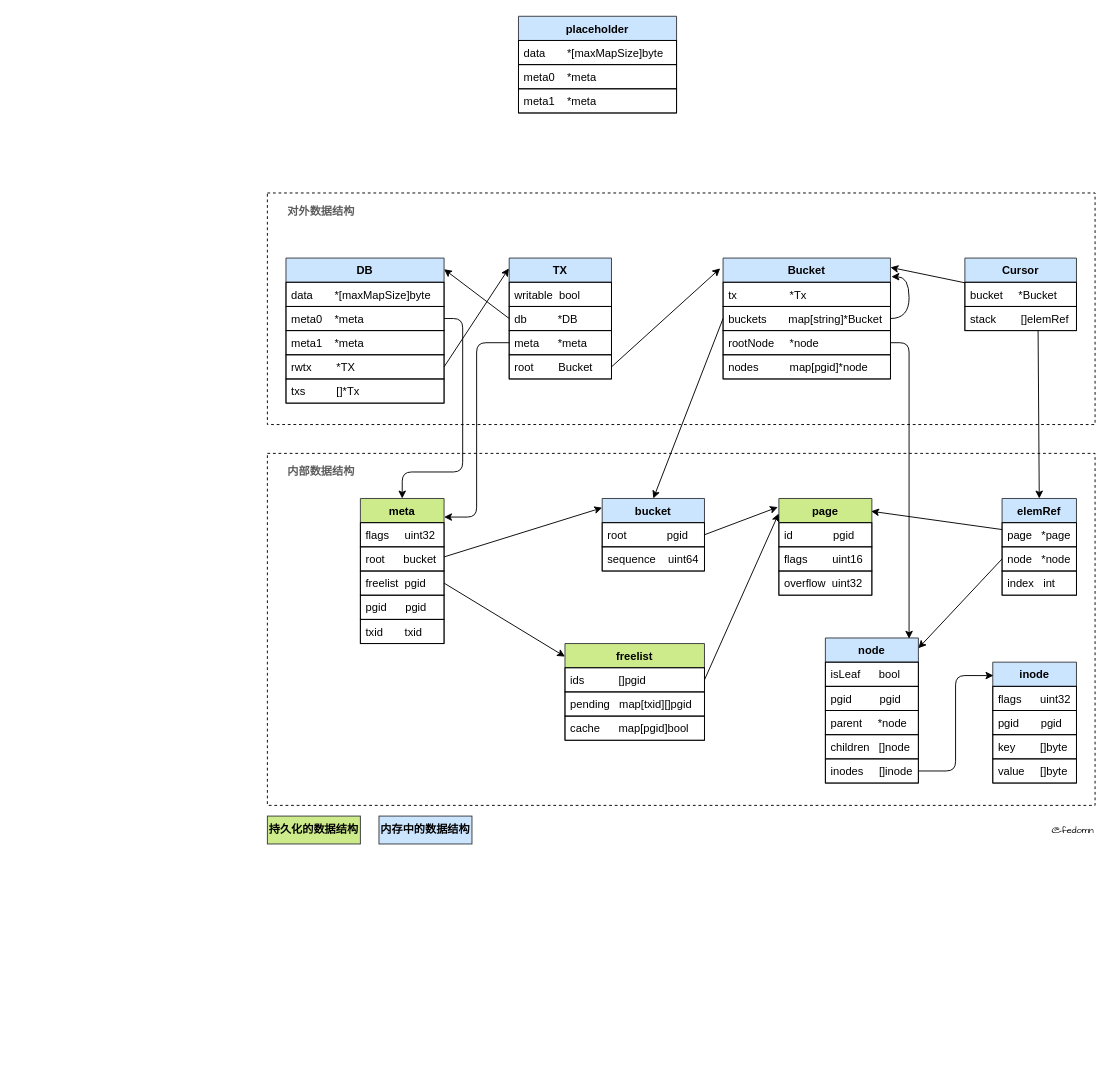
Fedomn/misc-blog-assets keeps this draw.io diagram as drawio/boltdb.drawio. Above is the earlier version. Source tidied: cells renumbered, new cells numbered last; positions are measured from the earlier drawing's top-left corner, leaving out a move shared by most shapes. Both pictures are drawn from the tidied source at 93%, with x=0, y=0 at pixel (267, 16).
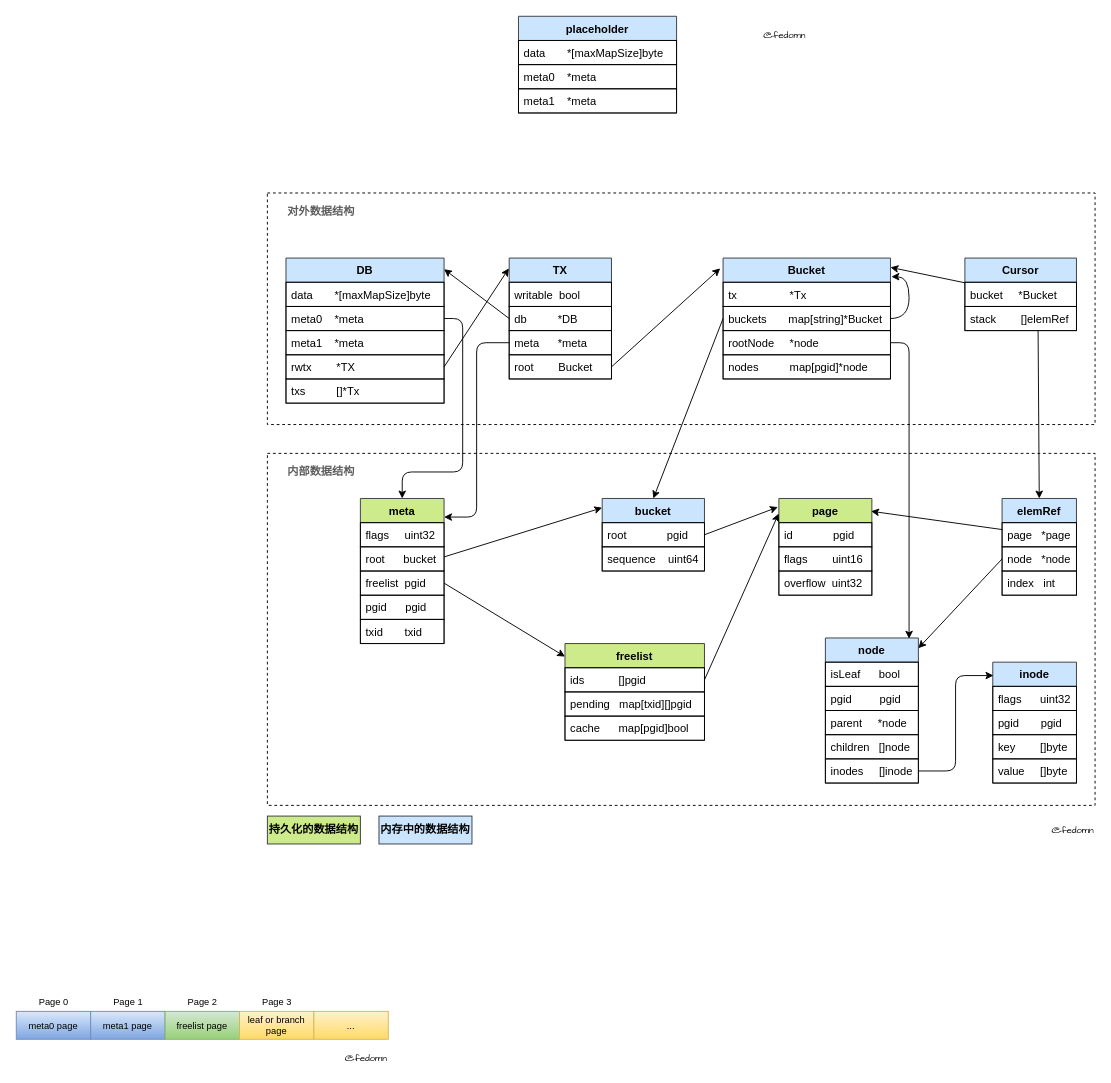
Above is the later version.

What changed in the source:
```diff
@@
+    <mxCell id="81" value="&lt;font&gt;meta0 page&lt;/font&gt;" style="whiteSpace=wrap;html=1;fontFamily=Helvetica;fontSize=10;align=center;fontStyle=0;fillColor=#dae8fc;strokeColor=#6c8ebf;gradientColor=#7ea6e0;" parent="1" vertex="1">
+      <mxGeometry x="-270" y="1070" width="80" height="30" as="geometry" />
+    </mxCell>
+    <mxCell id="82" value="meta1 page" style="whiteSpace=wrap;html=1;fontFamily=Helvetica;fontSize=10;align=center;fontStyle=0;fillColor=#dae8fc;strokeColor=#6c8ebf;gradientColor=#7ea6e0;" parent="1" vertex="1">
+      <mxGeometry x="-190" y="1070" width="80" height="30" as="geometry" />
+    </mxCell>
+    <mxCell id="83" value="freelist page" style="whiteSpace=wrap;html=1;fontFamily=Helvetica;fontSize=10;align=center;fontStyle=0;fillColor=#d5e8d4;strokeColor=#82b366;gradientColor=#97d077;" parent="1" vertex="1">
+      <mxGeometry x="-110" y="1070" width="80" height="30" as="geometry" />
+    </mxCell>
+    <mxCell id="84" value="leaf or branch page" style="whiteSpace=wrap;html=1;fontFamily=Helvetica;fontSize=10;align=center;fontStyle=0;fillColor=#fff2cc;strokeColor=#d6b656;gradientColor=#ffd966;" parent="1" vertex="1">
+      <mxGeometry x="-30" y="1070" width="80" height="30" as="geometry" />
+    </mxCell>
+    <mxCell id="85" value="..." style="whiteSpace=wrap;html=1;fontFamily=Helvetica;fontSize=10;align=center;fontStyle=0;fillColor=#fff2cc;strokeColor=#d6b656;gradientColor=#ffd966;" parent="1" vertex="1">
+      <mxGeometry x="50" y="1070" width="80" height="30" as="geometry" />
+    </mxCell>
+    <mxCell id="86" value="Page 0" style="text;html=1;align=center;verticalAlign=middle;fillColor=none;strokeColor=none;rounded=0;fontFamily=Helvetica;fontSize=10;" parent="1" vertex="1">
+      <mxGeometry x="-255" y="1050" width="50" height="20" as="geometry" />
+    </mxCell>
+    <mxCell id="87" value="Page 1" style="text;html=1;align=center;verticalAlign=middle;fillColor=none;strokeColor=none;rounded=0;fontFamily=Helvetica;fontSize=10;" parent="1" vertex="1">
+      <mxGeometry x="-175" y="1050" width="50" height="20" as="geometry" />
+    </mxCell>
+    <mxCell id="88" value="Page 2" style="text;html=1;align=center;verticalAlign=middle;fillColor=none;strokeColor=none;rounded=0;fontFamily=Helvetica;fontSize=10;" parent="1" vertex="1">
+      <mxGeometry x="-95" y="1050" width="50" height="20" as="geometry" />
+    </mxCell>
+    <mxCell id="89" value="Page 3" style="text;html=1;align=center;verticalAlign=middle;fillColor=none;strokeColor=none;rounded=0;fontFamily=Helvetica;fontSize=10;" parent="1" vertex="1">
+      <mxGeometry x="-15" y="1050" width="50" height="20" as="geometry" />
+    </mxCell>
+    <mxCell id="90" value="@fedomn" style="text;html=1;align=right;verticalAlign=middle;fillColor=none;strokeColor=none;rounded=0;fontStyle=0;fontFamily=Comic Sans MS;fontSize=10;" parent="1" vertex="1">
+      <mxGeometry x="520" y="10" width="60" height="20" as="geometry" />
+    </mxCell>
+    <mxCell id="91" value="@fedomn" style="text;html=1;align=right;verticalAlign=middle;fillColor=none;strokeColor=none;rounded=0;fontStyle=0;fontFamily=Comic Sans MS;fontSize=10;" parent="1" vertex="1">
+      <mxGeometry x="70" y="1110" width="60" height="20" as="geometry" />
+    </mxCell>
```
